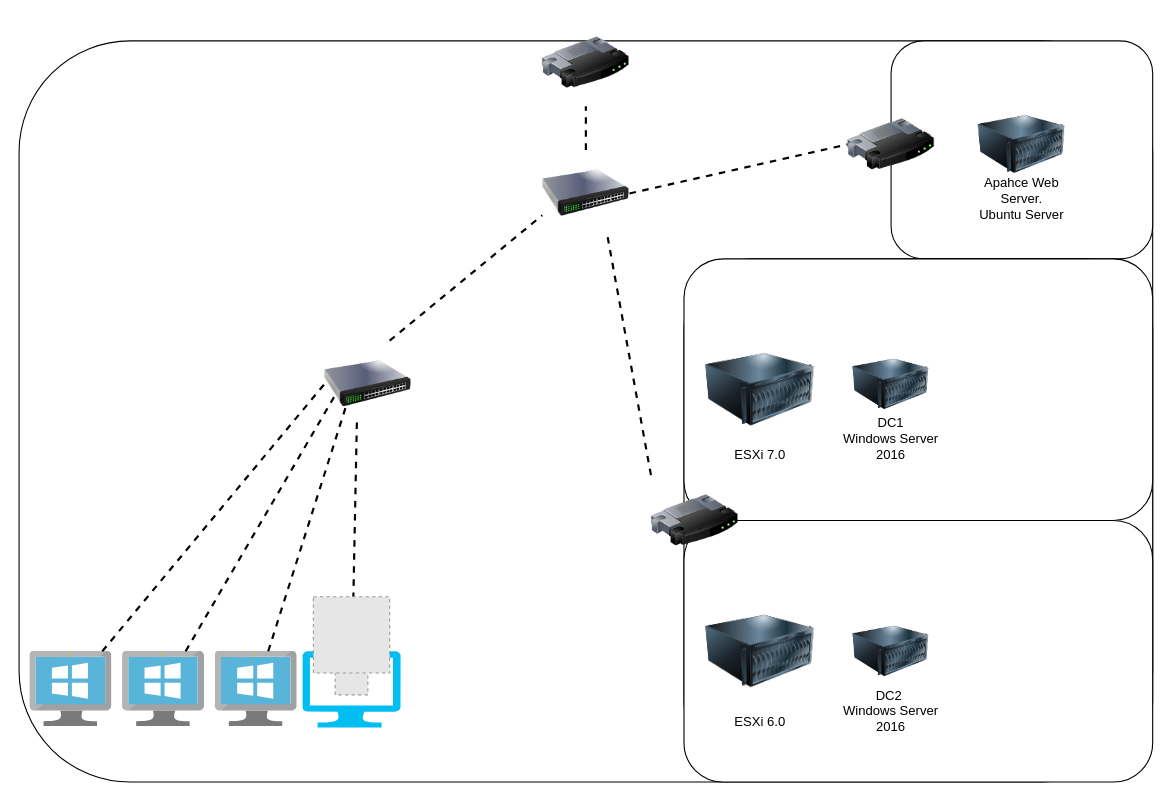
The draw.io diagram Network.drawio in Coreyo-git/Network-Plan-Group2, before the edit. Source tidied: cells renumbered, new cells numbered last; positions are measured from the earlier drawing's top-left corner, leaving out a move shared by most shapes. Both pictures are drawn from the tidied source at 109%, with x=0, y=0 at pixel (19, 19). Pictures stored in the file or linked from it are replaced by grey dashed boxes.
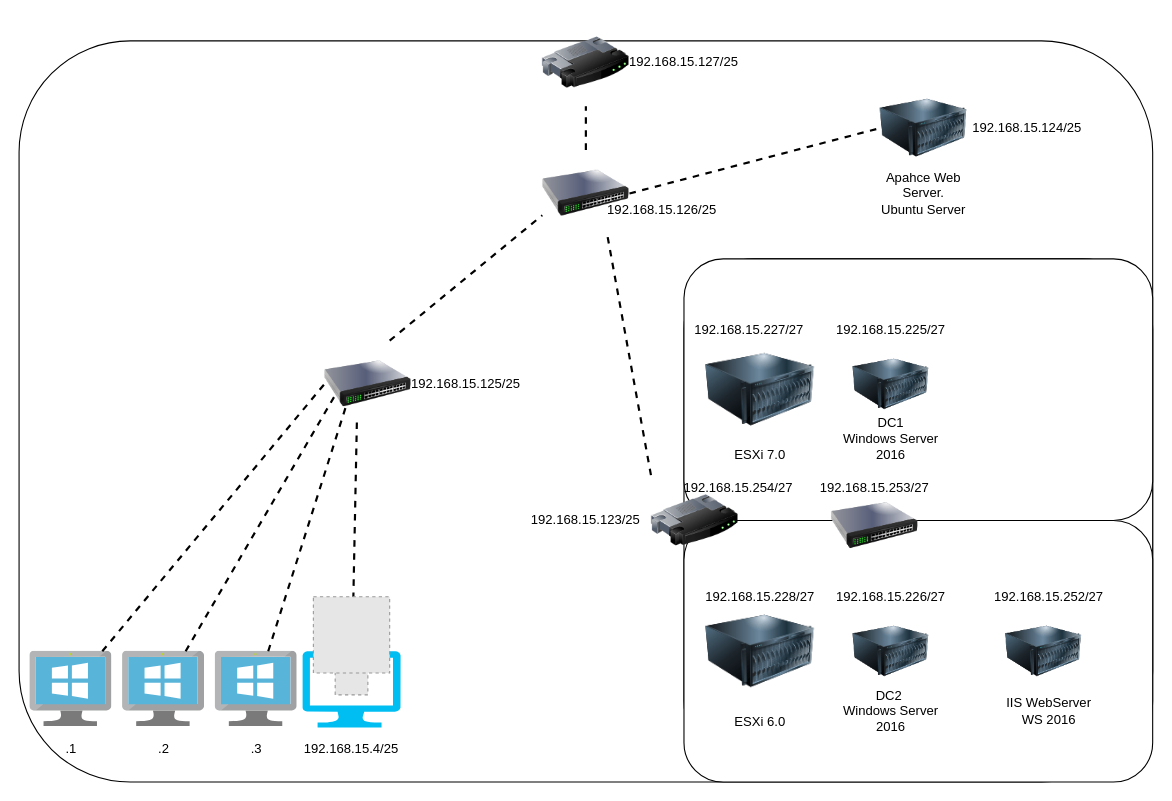
After the change.

The change refers to these unchanged cells:
```xml
<mxCell id="7" style="image;html=1;image=img/lib/clip_art/networking/Switch_128x128.png;" parent="1" vertex="1">
  <mxGeometry x="480" y="120" width="80" height="80" as="geometry" />
</mxCell>
```

What changed in the source:
```diff
@@
-    <mxCell id="4" style="rounded=1;whiteSpace=wrap;html=1;" parent="1" vertex="1">
-      <mxGeometry x="800" y="20" width="240" height="200" as="geometry" />
-    </mxCell>
-    <mxCell id="5" style="image;html=1;image=img/lib/clip_art/networking/Router_128x128.png;" parent="1" vertex="1">
-      <mxGeometry x="760" y="75" width="80" height="80" as="geometry" />
-    </mxCell>
@@
     <mxCell id="9" style="image;html=1;image=img/lib/clip_art/computers/Server_128x128.png;" parent="1" vertex="1">
-      <mxGeometry x="880" y="75" width="80" height="80" as="geometry" />
+      <mxGeometry x="790" y="60" width="80" height="80" as="geometry" />
     </mxCell>
@@
-    <mxCell id="18" style="endArrow=none;dashed=1;html=1;strokeWidth=2;entryX=0;entryY=0.5;entryDx=0;entryDy=0;exitX=1;exitY=0.5;exitDx=0;exitDy=0;" parent="1" edge="1" source="7" target="5">
+    <mxCell id="18" style="endArrow=none;dashed=1;html=1;strokeWidth=2;entryX=0;entryY=0.5;entryDx=0;entryDy=0;exitX=1;exitY=0.5;exitDx=0;exitDy=0;" parent="1" edge="1" source="7" target="9">
       <mxGeometry relative="1" as="geometry" />
     </mxCell>
@@
     <mxCell id="31" value="Apahce Web Server.&lt;br&gt;Ubuntu Server" style="text;html=1;strokeColor=none;fillColor=none;align=center;verticalAlign=middle;whiteSpace=wrap;rounded=0;" parent="1" vertex="1">
-      <mxGeometry x="870" y="140" width="100" height="50" as="geometry" />
+      <mxGeometry x="780" y="135" width="100" height="50" as="geometry" />
     </mxCell>
@@
+    <mxCell id="36" value="192.168.15.127/25" style="text;html=1;strokeColor=none;fillColor=none;align=center;verticalAlign=middle;whiteSpace=wrap;rounded=0;" parent="1" vertex="1">
+      <mxGeometry x="590" y="30" width="40" height="20" as="geometry" />
+    </mxCell>
+    <mxCell id="37" value="192.168.15.124/25" style="text;html=1;strokeColor=none;fillColor=none;align=center;verticalAlign=middle;whiteSpace=wrap;rounded=0;" parent="1" vertex="1">
+      <mxGeometry x="905" y="90" width="40" height="20" as="geometry" />
+    </mxCell>
+    <mxCell id="38" value=".2" style="text;html=1;strokeColor=none;fillColor=none;align=center;verticalAlign=middle;whiteSpace=wrap;rounded=0;" parent="1" vertex="1">
+      <mxGeometry x="112.6" y="660" width="40" height="20" as="geometry" />
+    </mxCell>
+    <mxCell id="39" value="192.168.15.125/25" style="text;html=1;strokeColor=none;fillColor=none;align=center;verticalAlign=middle;whiteSpace=wrap;rounded=0;" parent="1" vertex="1">
+      <mxGeometry x="390" y="325" width="40" height="20" as="geometry" />
+    </mxCell>
+    <mxCell id="40" value=".1" style="text;html=1;strokeColor=none;fillColor=none;align=center;verticalAlign=middle;whiteSpace=wrap;rounded=0;" parent="1" vertex="1">
+      <mxGeometry x="27.6" y="660" width="40" height="20" as="geometry" />
+    </mxCell>
+    <mxCell id="41" value="192.168.15.4/25" style="text;html=1;strokeColor=none;fillColor=none;align=center;verticalAlign=middle;whiteSpace=wrap;rounded=0;" parent="1" vertex="1">
+      <mxGeometry x="285" y="660" width="40" height="20" as="geometry" />
+    </mxCell>
+    <mxCell id="42" value=".3" style="text;html=1;strokeColor=none;fillColor=none;align=center;verticalAlign=middle;whiteSpace=wrap;rounded=0;" parent="1" vertex="1">
+      <mxGeometry x="197.6" y="660" width="40" height="20" as="geometry" />
+    </mxCell>
+    <mxCell id="43" value="192.168.15.126/25" style="text;html=1;strokeColor=none;fillColor=none;align=center;verticalAlign=middle;whiteSpace=wrap;rounded=0;" parent="1" vertex="1">
+      <mxGeometry x="570" y="165" width="40" height="20" as="geometry" />
+    </mxCell>
+    <mxCell id="44" value="192.168.15.123/25" style="text;html=1;strokeColor=none;fillColor=none;align=center;verticalAlign=middle;whiteSpace=wrap;rounded=0;" parent="1" vertex="1">
+      <mxGeometry x="500" y="450" width="40" height="20" as="geometry" />
+    </mxCell>
+    <mxCell id="45" value="192.168.15.254/27" style="text;html=1;strokeColor=none;fillColor=none;align=center;verticalAlign=middle;whiteSpace=wrap;rounded=0;" parent="1" vertex="1">
+      <mxGeometry x="640" y="420" width="40" height="20" as="geometry" />
+    </mxCell>
+    <mxCell id="46" value="192.168.15.227/27" style="text;html=1;strokeColor=none;fillColor=none;align=center;verticalAlign=middle;whiteSpace=wrap;rounded=0;" parent="1" vertex="1">
+      <mxGeometry x="650" y="275" width="40" height="20" as="geometry" />
+    </mxCell>
+    <mxCell id="47" value="192.168.15.228/27" style="text;html=1;strokeColor=none;fillColor=none;align=center;verticalAlign=middle;whiteSpace=wrap;rounded=0;" parent="1" vertex="1">
+      <mxGeometry x="660" y="520" width="40" height="20" as="geometry" />
+    </mxCell>
+    <mxCell id="48" value="192.168.15.252/27" style="text;html=1;strokeColor=none;fillColor=none;align=center;verticalAlign=middle;whiteSpace=wrap;rounded=0;" parent="1" vertex="1">
+      <mxGeometry x="925" y="520" width="40" height="20" as="geometry" />
+    </mxCell>
+    <mxCell id="49" style="image;html=1;image=img/lib/clip_art/computers/Server_128x128.png;" parent="1" vertex="1">
+      <mxGeometry x="905" y="545" width="70" height="70" as="geometry" />
+    </mxCell>
+    <mxCell id="50" value="IIS WebServer WS 2016" style="text;html=1;strokeColor=none;fillColor=none;align=center;verticalAlign=middle;whiteSpace=wrap;rounded=0;" parent="1" vertex="1">
+      <mxGeometry x="895" y="610" width="100" height="50" as="geometry" />
+    </mxCell>
+    <mxCell id="51" style="image;html=1;image=img/lib/clip_art/networking/Switch_128x128.png;" parent="1" vertex="1">
+      <mxGeometry x="745" y="425" width="80" height="80" as="geometry" />
+    </mxCell>
+    <mxCell id="52" value="192.168.15.253/27" style="text;html=1;strokeColor=none;fillColor=none;align=center;verticalAlign=middle;whiteSpace=wrap;rounded=0;" parent="1" vertex="1">
+      <mxGeometry x="765" y="420" width="40" height="20" as="geometry" />
+    </mxCell>
+    <mxCell id="53" value="192.168.15.226/27" style="text;html=1;strokeColor=none;fillColor=none;align=center;verticalAlign=middle;whiteSpace=wrap;rounded=0;" parent="1" vertex="1">
+      <mxGeometry x="780" y="520" width="40" height="20" as="geometry" />
+    </mxCell>
+    <mxCell id="54" value="192.168.15.225/27" style="text;html=1;strokeColor=none;fillColor=none;align=center;verticalAlign=middle;whiteSpace=wrap;rounded=0;" parent="1" vertex="1">
+      <mxGeometry x="780" y="275" width="40" height="20" as="geometry" />
+    </mxCell>
```
